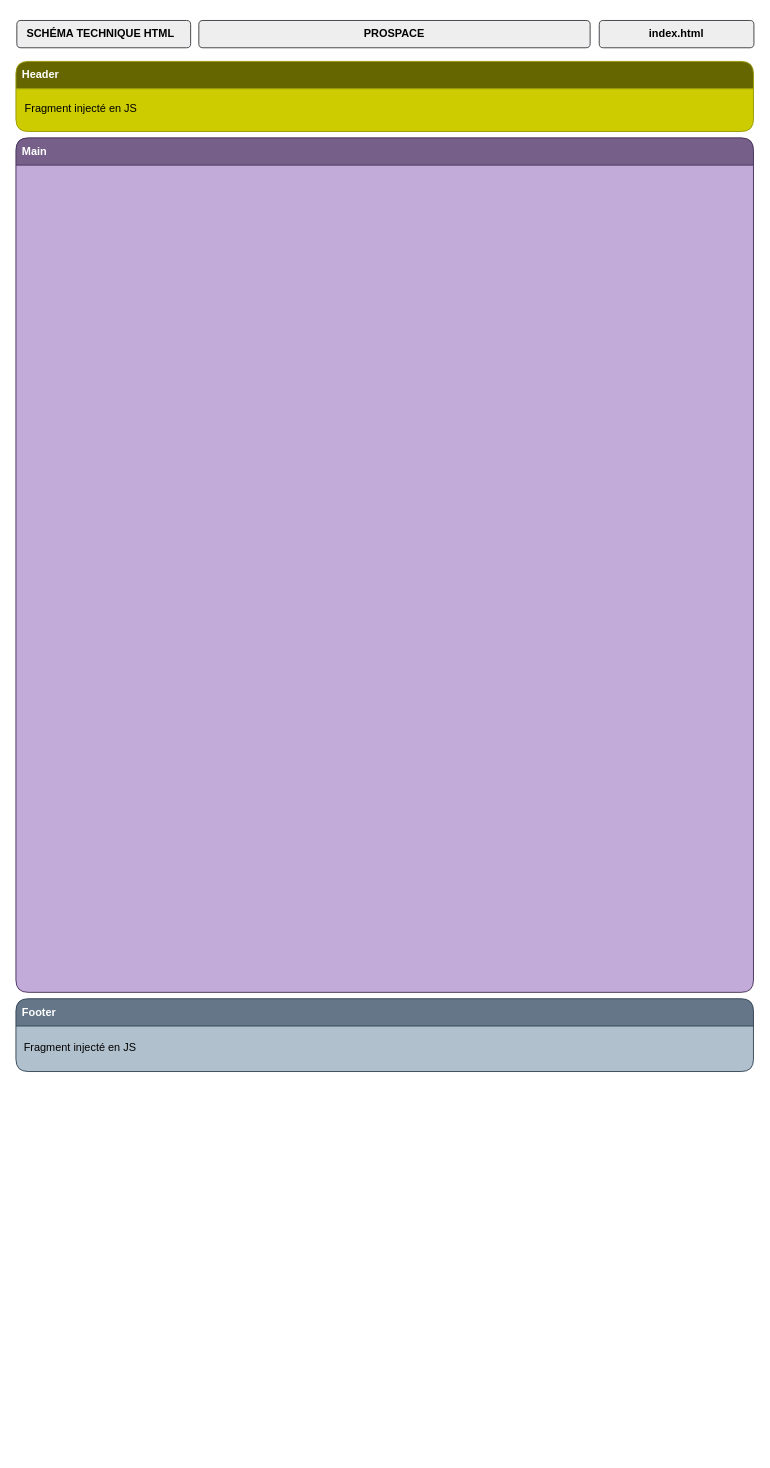
Above: page "index.html" (2 of 5) of documents/conceptualisation/Schéma technique/ProSpace.drawio in anthonylepichon/ProSpace-Solutions (draw.io), before the change. Source tidied: cells renumbered, new cells numbered last; positions are measured from the earlier drawing's top-left corner, leaving out a move shared by most shapes. Both pictures are drawn from the tidied source at 91%, with x=0, y=0 at pixel (15, 15).
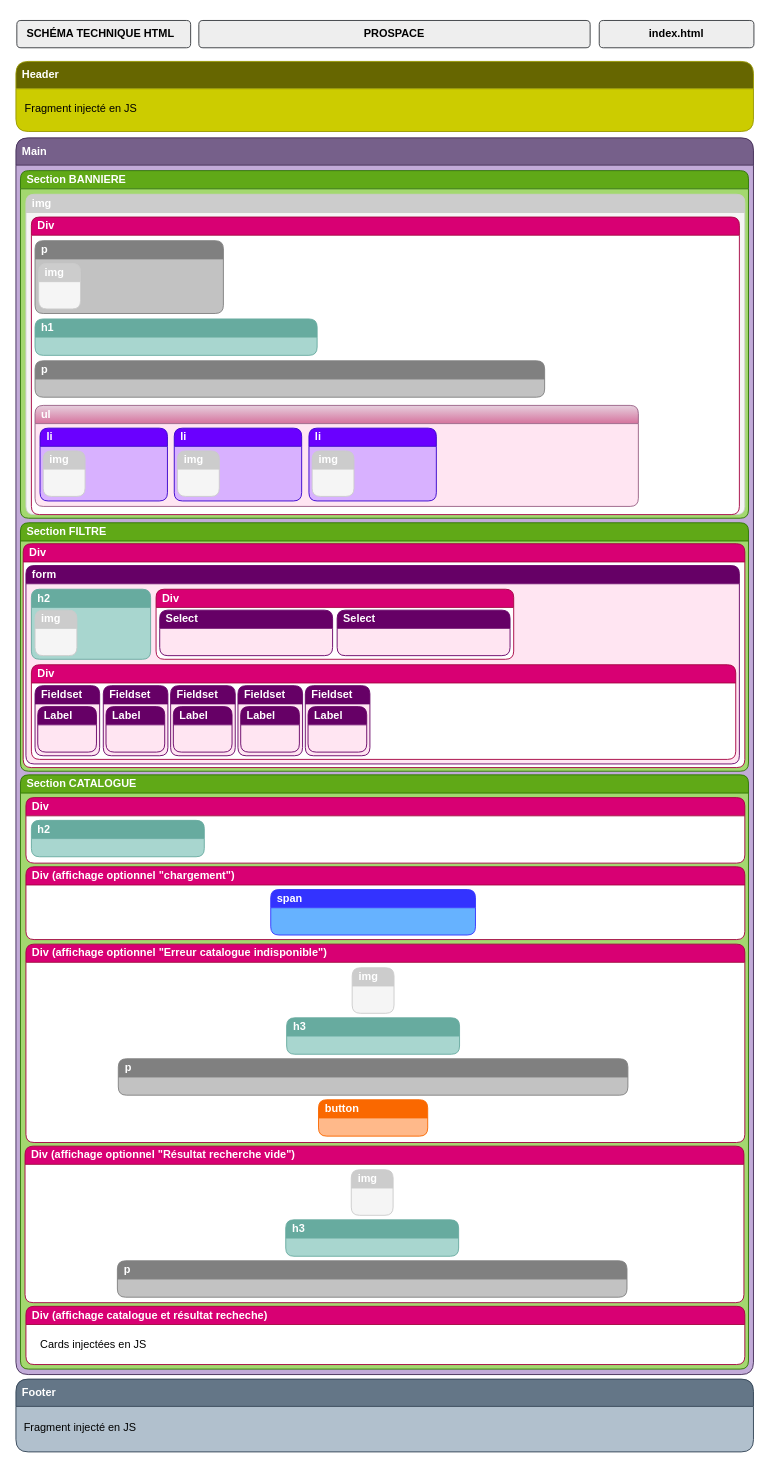
Above is the later version.

What changed in the source:
```diff
@@
     <mxCell id="7" value="&lt;span&gt;Main&lt;/span&gt;" style="swimlane;whiteSpace=wrap;html=1;align=left;startSize=30;rounded=1;fillColor=#76608a;fontColor=#ffffff;strokeColor=#432D57;spacingLeft=5;swimlaneFillColor=light-dark(#c2abd8, #ededed);fontStyle=1;fontSize=12;" parent="1" vertex="1">
-      <mxGeometry y="134" width="810.5" height="939" as="geometry" />
+      <mxGeometry y="134" width="810.5" height="1359" as="geometry" />
     </mxCell>
+    <mxCell id="12" value="&lt;span&gt;Section BANNIERE&lt;/span&gt;" style="swimlane;whiteSpace=wrap;html=1;align=left;startSize=20;rounded=1;fillColor=#60a917;fontColor=#ffffff;strokeColor=#2D7600;fontSize=12;fontStyle=1;gradientColor=none;swimlaneFillColor=light-dark(#a3d86f, #ededed);spacingLeft=5;" parent="7" vertex="1">
+      <mxGeometry x="5" y="36" width="800" height="382" as="geometry" />
+    </mxCell>
+    <mxCell id="13" value="&lt;span&gt;&lt;font&gt;img&lt;/font&gt;&lt;/span&gt;" style="swimlane;whiteSpace=wrap;html=1;align=left;startSize=20;rounded=1;fillColor=#CCCCCC;fontColor=#ffffff;strokeColor=#CCCCCC;fontStyle=1;swimlaneFillColor=light-dark(#f5f5f5, #ededed);spacingLeft=5;fontSize=12;verticalAlign=middle;" parent="12" vertex="1">
+      <mxGeometry x="6" y="26" width="790" height="352" as="geometry" />
+    </mxCell>
+    <mxCell id="14" value="&lt;span&gt;Div&lt;/span&gt;" style="swimlane;whiteSpace=wrap;html=1;align=left;startSize=20;rounded=1;fillColor=#d80073;fontColor=#ffffff;strokeColor=#A50040;fontSize=12;fontStyle=1;swimlaneFillColor=default;spacingLeft=5;verticalAlign=middle;" parent="13" vertex="1">
+      <mxGeometry x="6" y="25" width="778" height="327" as="geometry" />
+    </mxCell>
+    <mxCell id="15" value="&lt;span&gt;&lt;font&gt;p&amp;nbsp;&lt;/font&gt;&lt;/span&gt;" style="swimlane;whiteSpace=wrap;html=1;align=left;startSize=20;rounded=1;fillColor=#808080;fontColor=#ffffff;strokeColor=#808080;fontSize=12;fontStyle=1;swimlaneFillColor=#C2C2C2;spacingLeft=5;" parent="14" vertex="1">
+      <mxGeometry x="4" y="26" width="207" height="80" as="geometry" />
+    </mxCell>
+    <mxCell id="16" value="&lt;span&gt;&lt;font&gt;img&lt;/font&gt;&lt;/span&gt;" style="swimlane;whiteSpace=wrap;html=1;align=left;startSize=20;rounded=1;fillColor=#CCCCCC;fontColor=#ffffff;strokeColor=#CCCCCC;fontStyle=1;swimlaneFillColor=light-dark(#f5f5f5, #ededed);spacingLeft=5;fontSize=12;verticalAlign=middle;" parent="15" vertex="1">
+      <mxGeometry x="4" y="25" width="46" height="50" as="geometry" />
+    </mxCell>
+    <mxCell id="17" value="&lt;span&gt;&lt;font&gt;h1&lt;/font&gt;&lt;/span&gt;" style="swimlane;whiteSpace=wrap;html=1;align=left;startSize=20;rounded=1;fillColor=#67AB9F;fontColor=#ffffff;strokeColor=#67AB9F;fontStyle=1;swimlaneFillColor=light-dark(#a8d6cf, #ededed);spacingLeft=5;fontSize=12;" parent="14" vertex="1">
+      <mxGeometry x="4" y="112" width="310" height="40" as="geometry" />
+    </mxCell>
+    <mxCell id="18" value="&lt;span&gt;&lt;font&gt;p&lt;/font&gt;&lt;/span&gt;" style="swimlane;whiteSpace=wrap;html=1;align=left;startSize=20;rounded=1;fillColor=#808080;fontColor=#ffffff;strokeColor=#808080;fontSize=12;fontStyle=1;swimlaneFillColor=#C2C2C2;spacingLeft=5;" parent="14" vertex="1">
+      <mxGeometry x="4" y="158" width="560" height="40" as="geometry" />
+    </mxCell>
+    <mxCell id="19" value="&lt;span&gt;&lt;font style=&quot;color: rgb(255, 255, 255);&quot;&gt;ul&lt;/font&gt;&lt;/span&gt;" style="swimlane;whiteSpace=wrap;html=1;align=left;startSize=20;rounded=1;fillColor=#e6d0de;strokeColor=#996185;fontStyle=1;gradientColor=#d5739d;swimlaneFillColor=light-dark(#ffe5f2, #ededed);spacingLeft=5;fontSize=12;" parent="14" vertex="1">
+      <mxGeometry x="4" y="207" width="663" height="111" as="geometry" />
+    </mxCell>
+    <mxCell id="20" value="li" style="swimlane;whiteSpace=wrap;html=1;align=left;startSize=20;rounded=1;fillColor=#6a00ff;strokeColor=#3700CC;fontStyle=1;swimlaneFillColor=light-dark(#D8B1FF,#EDEDED);spacingLeft=5;fontSize=12;fontColor=#ffffff;" parent="19" vertex="1">
+      <mxGeometry x="5.5" y="25" width="140" height="80" as="geometry" />
+    </mxCell>
+    <mxCell id="21" value="&lt;span&gt;&lt;font&gt;img&lt;/font&gt;&lt;/span&gt;" style="swimlane;whiteSpace=wrap;html=1;align=left;startSize=20;rounded=1;fillColor=#CCCCCC;fontColor=#ffffff;strokeColor=#CCCCCC;fontStyle=1;swimlaneFillColor=light-dark(#f5f5f5, #ededed);spacingLeft=5;fontSize=12;verticalAlign=middle;" parent="20" vertex="1">
+      <mxGeometry x="3.5" y="25" width="46" height="50" as="geometry" />
+    </mxCell>
+    <mxCell id="22" value="li" style="swimlane;whiteSpace=wrap;html=1;align=left;startSize=20;rounded=1;fillColor=#6a00ff;strokeColor=#3700CC;fontStyle=1;swimlaneFillColor=light-dark(#D8B1FF,#EDEDED);spacingLeft=5;fontSize=12;fontColor=#ffffff;" parent="19" vertex="1">
+      <mxGeometry x="301" y="25" width="140" height="80" as="geometry" />
+    </mxCell>
+    <mxCell id="23" value="&lt;span&gt;&lt;font&gt;img&lt;/font&gt;&lt;/span&gt;" style="swimlane;whiteSpace=wrap;html=1;align=left;startSize=20;rounded=1;fillColor=#CCCCCC;fontColor=#ffffff;strokeColor=#CCCCCC;fontStyle=1;swimlaneFillColor=light-dark(#f5f5f5, #ededed);spacingLeft=5;fontSize=12;verticalAlign=middle;" parent="22" vertex="1">
+      <mxGeometry x="3.5" y="25" width="46" height="50" as="geometry" />
+    </mxCell>
+    <mxCell id="24" value="li" style="swimlane;whiteSpace=wrap;html=1;align=left;startSize=20;rounded=1;fillColor=#6a00ff;strokeColor=#3700CC;fontStyle=1;swimlaneFillColor=light-dark(#D8B1FF,#EDEDED);spacingLeft=5;fontSize=12;fontColor=#ffffff;" parent="19" vertex="1">
+      <mxGeometry x="153" y="25" width="140" height="80" as="geometry" />
+    </mxCell>
+    <mxCell id="25" value="&lt;span&gt;&lt;font&gt;img&lt;/font&gt;&lt;/span&gt;" style="swimlane;whiteSpace=wrap;html=1;align=left;startSize=20;rounded=1;fillColor=#CCCCCC;fontColor=#ffffff;strokeColor=#CCCCCC;fontStyle=1;swimlaneFillColor=light-dark(#f5f5f5, #ededed);spacingLeft=5;fontSize=12;verticalAlign=middle;" parent="24" vertex="1">
+      <mxGeometry x="3.5" y="25" width="46" height="50" as="geometry" />
+    </mxCell>
+    <mxCell id="26" value="&lt;span&gt;Section FILTRE&lt;/span&gt;" style="swimlane;whiteSpace=wrap;html=1;align=left;startSize=20;rounded=1;fillColor=#60a917;fontColor=#ffffff;strokeColor=#2D7600;fontSize=12;fontStyle=1;gradientColor=none;swimlaneFillColor=light-dark(#a3d86f, #ededed);spacingLeft=5;" parent="7" vertex="1">
+      <mxGeometry x="5" y="423" width="800" height="273" as="geometry" />
+    </mxCell>
+    <mxCell id="27" value="&lt;span&gt;Div&lt;/span&gt;" style="swimlane;whiteSpace=wrap;html=1;align=left;startSize=20;rounded=1;fillColor=#d80073;fontColor=#ffffff;strokeColor=#A50040;fontSize=12;fontStyle=1;swimlaneFillColor=default;spacingLeft=5;verticalAlign=middle;" parent="26" vertex="1">
+      <mxGeometry x="3" y="23" width="793" height="246" as="geometry" />
+    </mxCell>
+    <mxCell id="28" value="&lt;span&gt;&lt;font style=&quot;color: rgb(255, 255, 255);&quot;&gt;form&lt;/font&gt;&lt;/span&gt;" style="swimlane;whiteSpace=wrap;html=1;align=left;startSize=20;rounded=1;fillColor=#660066;strokeColor=#660066;fontStyle=1;gradientColor=none;swimlaneFillColor=light-dark(#ffe5f2, #ededed);spacingLeft=5;fontSize=12;" parent="27" vertex="1">
+      <mxGeometry x="3" y="24" width="784" height="218" as="geometry" />
+    </mxCell>
+    <mxCell id="29" value="&lt;span&gt;&lt;font&gt;h2&lt;/font&gt;&lt;/span&gt;" style="swimlane;whiteSpace=wrap;html=1;align=left;startSize=20;rounded=1;fillColor=#67AB9F;fontColor=#ffffff;strokeColor=#67AB9F;fontStyle=1;swimlaneFillColor=light-dark(#a8d6cf, #ededed);spacingLeft=5;fontSize=12;" parent="28" vertex="1">
+      <mxGeometry x="6" y="26" width="131" height="77" as="geometry" />
+    </mxCell>
+    <mxCell id="30" value="&lt;span&gt;&lt;font&gt;img&lt;/font&gt;&lt;/span&gt;" style="swimlane;whiteSpace=wrap;html=1;align=left;startSize=20;rounded=1;fillColor=#CCCCCC;fontColor=#ffffff;strokeColor=#CCCCCC;fontStyle=1;swimlaneFillColor=light-dark(#f5f5f5, #ededed);spacingLeft=5;fontSize=12;verticalAlign=middle;" parent="29" vertex="1">
+      <mxGeometry x="4" y="23" width="46" height="50" as="geometry" />
+    </mxCell>
+    <mxCell id="31" value="&lt;span&gt;Div&lt;/span&gt;" style="swimlane;whiteSpace=wrap;html=1;align=left;startSize=20;rounded=1;fillColor=#d80073;fontColor=#ffffff;strokeColor=#A50040;fontSize=12;fontStyle=1;swimlaneFillColor=default;spacingLeft=5;verticalAlign=middle;" parent="28" vertex="1">
+      <mxGeometry x="143" y="26" width="393" height="77" as="geometry" />
+    </mxCell>
+    <mxCell id="32" value="&lt;font color=&quot;#ffffff&quot;&gt;Select&lt;/font&gt;" style="swimlane;whiteSpace=wrap;html=1;align=left;startSize=20;rounded=1;fillColor=#660066;strokeColor=#660066;fontStyle=1;gradientColor=none;swimlaneFillColor=light-dark(#ffe5f2, #ededed);spacingLeft=5;fontSize=12;" parent="31" vertex="1">
+      <mxGeometry x="4" y="23" width="190" height="50" as="geometry" />
+    </mxCell>
+    <mxCell id="33" value="&lt;font color=&quot;#ffffff&quot;&gt;Select&lt;/font&gt;" style="swimlane;whiteSpace=wrap;html=1;align=left;startSize=20;rounded=1;fillColor=#660066;strokeColor=#660066;fontStyle=1;gradientColor=none;swimlaneFillColor=light-dark(#ffe5f2, #ededed);spacingLeft=5;fontSize=12;" parent="31" vertex="1">
+      <mxGeometry x="199" y="23" width="190" height="50" as="geometry" />
+    </mxCell>
+    <mxCell id="34" value="&lt;span&gt;Div&lt;/span&gt;" style="swimlane;whiteSpace=wrap;html=1;align=left;startSize=20;rounded=1;fillColor=#d80073;fontColor=#ffffff;strokeColor=#A50040;fontSize=12;fontStyle=1;swimlaneFillColor=default;spacingLeft=5;verticalAlign=middle;" parent="28" vertex="1">
+      <mxGeometry x="6" y="109" width="774" height="104" as="geometry" />
+    </mxCell>
+    <mxCell id="35" value="&lt;font color=&quot;#ffffff&quot;&gt;Fieldset&lt;/font&gt;" style="swimlane;whiteSpace=wrap;html=1;align=left;startSize=20;rounded=1;fillColor=#660066;strokeColor=#660066;fontStyle=1;gradientColor=none;swimlaneFillColor=light-dark(#ffe5f2, #ededed);spacingLeft=5;fontSize=12;" parent="34" vertex="1">
+      <mxGeometry x="4" y="23" width="71" height="77" as="geometry" />
+    </mxCell>
+    <mxCell id="36" value="&lt;span&gt;&lt;font style=&quot;color: rgb(255, 255, 255);&quot;&gt;Label&lt;/font&gt;&lt;/span&gt;" style="swimlane;whiteSpace=wrap;html=1;align=left;startSize=20;rounded=1;fillColor=#660066;strokeColor=#660066;fontStyle=1;gradientColor=none;swimlaneFillColor=light-dark(#ffe5f2, #ededed);spacingLeft=5;fontSize=12;" parent="35" vertex="1">
+      <mxGeometry x="3" y="23" width="64.5" height="50" as="geometry" />
+    </mxCell>
+    <mxCell id="37" value="&lt;font color=&quot;#ffffff&quot;&gt;Fieldset&lt;/font&gt;" style="swimlane;whiteSpace=wrap;html=1;align=left;startSize=20;rounded=1;fillColor=#660066;strokeColor=#660066;fontStyle=1;gradientColor=none;swimlaneFillColor=light-dark(#ffe5f2, #ededed);spacingLeft=5;fontSize=12;" parent="34" vertex="1">
+      <mxGeometry x="227" y="23" width="71" height="77" as="geometry" />
+    </mxCell>
+    <mxCell id="38" value="&lt;span&gt;&lt;font style=&quot;color: rgb(255, 255, 255);&quot;&gt;Label&lt;/font&gt;&lt;/span&gt;" style="swimlane;whiteSpace=wrap;html=1;align=left;startSize=20;rounded=1;fillColor=#660066;strokeColor=#660066;fontStyle=1;gradientColor=none;swimlaneFillColor=light-dark(#ffe5f2, #ededed);spacingLeft=5;fontSize=12;" parent="37" vertex="1">
+      <mxGeometry x="3" y="23" width="64.5" height="50" as="geometry" />
+    </mxCell>
+    <mxCell id="39" value="&lt;font color=&quot;#ffffff&quot;&gt;Fieldset&lt;/font&gt;" style="swimlane;whiteSpace=wrap;html=1;align=left;startSize=20;rounded=1;fillColor=#660066;strokeColor=#660066;fontStyle=1;gradientColor=none;swimlaneFillColor=light-dark(#ffe5f2, #ededed);spacingLeft=5;fontSize=12;" parent="34" vertex="1">
+      <mxGeometry x="153" y="23" width="71" height="77" as="geometry" />
+    </mxCell>
+    <mxCell id="40" value="&lt;span&gt;&lt;font style=&quot;color: rgb(255, 255, 255);&quot;&gt;Label&lt;/font&gt;&lt;/span&gt;" style="swimlane;whiteSpace=wrap;html=1;align=left;startSize=20;rounded=1;fillColor=#660066;strokeColor=#660066;fontStyle=1;gradientColor=none;swimlaneFillColor=light-dark(#ffe5f2, #ededed);spacingLeft=5;fontSize=12;" parent="39" vertex="1">
+      <mxGeometry x="3" y="23" width="64.5" height="50" as="geometry" />
+    </mxCell>
+    <mxCell id="41" value="&lt;font color=&quot;#ffffff&quot;&gt;Fieldset&lt;/font&gt;" style="swimlane;whiteSpace=wrap;html=1;align=left;startSize=20;rounded=1;fillColor=#660066;strokeColor=#660066;fontStyle=1;gradientColor=none;swimlaneFillColor=light-dark(#ffe5f2, #ededed);spacingLeft=5;fontSize=12;" parent="34" vertex="1">
+      <mxGeometry x="79" y="23" width="71" height="77" as="geometry" />
+    </mxCell>
+    <mxCell id="42" value="&lt;span&gt;&lt;font style=&quot;color: rgb(255, 255, 255);&quot;&gt;Label&lt;/font&gt;&lt;/span&gt;" style="swimlane;whiteSpace=wrap;html=1;align=left;startSize=20;rounded=1;fillColor=#660066;strokeColor=#660066;fontStyle=1;gradientColor=none;swimlaneFillColor=light-dark(#ffe5f2, #ededed);spacingLeft=5;fontSize=12;" parent="41" vertex="1">
+      <mxGeometry x="3" y="23" width="64.5" height="50" as="geometry" />
+    </mxCell>
+    <mxCell id="43" value="&lt;font color=&quot;#ffffff&quot;&gt;Fieldset&lt;/font&gt;" style="swimlane;whiteSpace=wrap;html=1;align=left;startSize=20;rounded=1;fillColor=#660066;strokeColor=#660066;fontStyle=1;gradientColor=none;swimlaneFillColor=light-dark(#ffe5f2, #ededed);spacingLeft=5;fontSize=12;" parent="34" vertex="1">
+      <mxGeometry x="301" y="23" width="71" height="77" as="geometry" />
+    </mxCell>
+    <mxCell id="44" value="&lt;span&gt;&lt;font style=&quot;color: rgb(255, 255, 255);&quot;&gt;Label&lt;/font&gt;&lt;/span&gt;" style="swimlane;whiteSpace=wrap;html=1;align=left;startSize=20;rounded=1;fillColor=#660066;strokeColor=#660066;fontStyle=1;gradientColor=none;swimlaneFillColor=light-dark(#ffe5f2, #ededed);spacingLeft=5;fontSize=12;" parent="43" vertex="1">
+      <mxGeometry x="3" y="23" width="64.5" height="50" as="geometry" />
+    </mxCell>
+    <mxCell id="45" value="&lt;span&gt;Section CATALOGUE&lt;/span&gt;" style="swimlane;whiteSpace=wrap;html=1;align=left;startSize=20;rounded=1;fillColor=#60a917;fontColor=#ffffff;strokeColor=#2D7600;fontSize=12;fontStyle=1;gradientColor=none;swimlaneFillColor=light-dark(#a3d86f, #ededed);spacingLeft=5;" parent="7" vertex="1">
+      <mxGeometry x="5" y="700" width="800" height="653" as="geometry" />
+    </mxCell>
+    <mxCell id="46" value="&lt;span&gt;Div&lt;/span&gt;" style="swimlane;whiteSpace=wrap;html=1;align=left;startSize=20;rounded=1;fillColor=#d80073;fontColor=#ffffff;strokeColor=#A50040;fontSize=12;fontStyle=1;swimlaneFillColor=default;spacingLeft=5;verticalAlign=middle;" parent="45" vertex="1">
+      <mxGeometry x="6" y="25" width="790" height="72" as="geometry" />
+    </mxCell>
+    <mxCell id="47" value="&lt;span&gt;&lt;font&gt;h2&lt;/font&gt;&lt;/span&gt;" style="swimlane;whiteSpace=wrap;html=1;align=left;startSize=20;rounded=1;fillColor=#67AB9F;fontColor=#ffffff;strokeColor=#67AB9F;fontStyle=1;swimlaneFillColor=light-dark(#a8d6cf, #ededed);spacingLeft=5;fontSize=12;" parent="46" vertex="1">
+      <mxGeometry x="6" y="25" width="190" height="40" as="geometry" />
+    </mxCell>
+    <mxCell id="48" value="&lt;span&gt;Div (affichage optionnel &quot;chargement&quot;)&lt;/span&gt;" style="swimlane;whiteSpace=wrap;html=1;align=left;startSize=20;rounded=1;fillColor=#d80073;fontColor=#ffffff;strokeColor=#A50040;fontSize=12;fontStyle=1;swimlaneFillColor=default;spacingLeft=5;verticalAlign=middle;" parent="45" vertex="1">
+      <mxGeometry x="6" y="101" width="790" height="80" as="geometry" />
+    </mxCell>
+    <mxCell id="49" value="span" style="swimlane;whiteSpace=wrap;html=1;align=left;startSize=20;rounded=1;fillColor=#3333FF;fontColor=#FFFFFF;strokeColor=#3333FF;fontSize=12;fontStyle=1;swimlaneFillColor=light-dark(#66B2FF,#EDEDED);spacingLeft=5;" parent="48" vertex="1">
+      <mxGeometry x="269" y="25" width="225" height="50" as="geometry" />
+    </mxCell>
+    <mxCell id="50" value="&lt;span&gt;Div (affichage optionnel &quot;Erreur catalogue indisponible&quot;)&lt;/span&gt;" style="swimlane;whiteSpace=wrap;html=1;align=left;startSize=20;rounded=1;fillColor=#d80073;fontColor=#ffffff;strokeColor=#A50040;fontSize=12;fontStyle=1;swimlaneFillColor=default;spacingLeft=5;verticalAlign=middle;" parent="45" vertex="1">
+      <mxGeometry x="6" y="186" width="790" height="218" as="geometry" />
+    </mxCell>
+    <mxCell id="51" value="&lt;span&gt;&lt;font&gt;img&lt;/font&gt;&lt;/span&gt;" style="swimlane;whiteSpace=wrap;html=1;align=left;startSize=20;rounded=1;fillColor=#CCCCCC;fontColor=#ffffff;strokeColor=#CCCCCC;fontStyle=1;swimlaneFillColor=light-dark(#f5f5f5, #ededed);spacingLeft=5;fontSize=12;verticalAlign=middle;" parent="50" vertex="1">
+      <mxGeometry x="358.5" y="26" width="46" height="50" as="geometry" />
+    </mxCell>
+    <mxCell id="52" value="&lt;span&gt;&lt;font&gt;h3&lt;/font&gt;&lt;/span&gt;" style="swimlane;whiteSpace=wrap;html=1;align=left;startSize=20;rounded=1;fillColor=#67AB9F;fontColor=#ffffff;strokeColor=#67AB9F;fontStyle=1;swimlaneFillColor=light-dark(#a8d6cf, #ededed);spacingLeft=5;fontSize=12;" parent="50" vertex="1">
+      <mxGeometry x="286.5" y="81" width="190" height="40" as="geometry" />
+    </mxCell>
+    <mxCell id="53" value="&lt;span&gt;&lt;font&gt;p&lt;/font&gt;&lt;/span&gt;" style="swimlane;whiteSpace=wrap;html=1;align=left;startSize=20;rounded=1;fillColor=#808080;fontColor=#ffffff;strokeColor=#808080;fontSize=12;fontStyle=1;swimlaneFillColor=#C2C2C2;spacingLeft=5;" parent="50" vertex="1">
+      <mxGeometry x="101.5" y="126" width="560" height="40" as="geometry" />
+    </mxCell>
+    <mxCell id="54" value="&lt;span&gt;&lt;font&gt;button&lt;/font&gt;&lt;/span&gt;" style="swimlane;whiteSpace=wrap;html=1;align=left;startSize=20;rounded=1;fillColor=#FA6800;fontColor=#FFFFFF;strokeColor=#FA6800;fontSize=12;fontStyle=1;swimlaneFillColor=light-dark(#ffb98a, #ededed);spacingLeft=5;" parent="50" vertex="1">
+      <mxGeometry x="321.5" y="171" width="120" height="40" as="geometry" />
+    </mxCell>
+    <mxCell id="55" value="&lt;span&gt;Div (affichage optionnel &quot;Résultat recherche vide&quot;)&lt;/span&gt;" style="swimlane;whiteSpace=wrap;html=1;align=left;startSize=20;rounded=1;fillColor=#d80073;fontColor=#ffffff;strokeColor=#A50040;fontSize=12;fontStyle=1;swimlaneFillColor=default;spacingLeft=5;verticalAlign=middle;" parent="45" vertex="1">
+      <mxGeometry x="5" y="408" width="790" height="172" as="geometry" />
+    </mxCell>
+    <mxCell id="56" value="&lt;span&gt;&lt;font&gt;img&lt;/font&gt;&lt;/span&gt;" style="swimlane;whiteSpace=wrap;html=1;align=left;startSize=20;rounded=1;fillColor=#CCCCCC;fontColor=#ffffff;strokeColor=#CCCCCC;fontStyle=1;swimlaneFillColor=light-dark(#f5f5f5, #ededed);spacingLeft=5;fontSize=12;verticalAlign=middle;" parent="55" vertex="1">
+      <mxGeometry x="358.5" y="26" width="46" height="50" as="geometry" />
+    </mxCell>
+    <mxCell id="57" value="&lt;span&gt;&lt;font&gt;h3&lt;/font&gt;&lt;/span&gt;" style="swimlane;whiteSpace=wrap;html=1;align=left;startSize=20;rounded=1;fillColor=#67AB9F;fontColor=#ffffff;strokeColor=#67AB9F;fontStyle=1;swimlaneFillColor=light-dark(#a8d6cf, #ededed);spacingLeft=5;fontSize=12;" parent="55" vertex="1">
+      <mxGeometry x="286.5" y="81" width="190" height="40" as="geometry" />
+    </mxCell>
+    <mxCell id="58" value="&lt;span&gt;&lt;font&gt;p&lt;/font&gt;&lt;/span&gt;" style="swimlane;whiteSpace=wrap;html=1;align=left;startSize=20;rounded=1;fillColor=#808080;fontColor=#ffffff;strokeColor=#808080;fontSize=12;fontStyle=1;swimlaneFillColor=#C2C2C2;spacingLeft=5;" parent="55" vertex="1">
+      <mxGeometry x="101.5" y="126" width="560" height="40" as="geometry" />
+    </mxCell>
+    <mxCell id="59" value="&lt;span&gt;Div (affichage catalogue et résultat recheche)&lt;/span&gt;" style="swimlane;whiteSpace=wrap;html=1;align=left;startSize=20;rounded=1;fillColor=#d80073;fontColor=#ffffff;strokeColor=#A50040;fontSize=12;fontStyle=1;swimlaneFillColor=default;spacingLeft=5;verticalAlign=middle;" parent="45" vertex="1">
+      <mxGeometry x="6" y="584" width="790" height="64" as="geometry" />
+    </mxCell>
+    <mxCell id="60" value="Cards injectées en JS" style="text;html=1;whiteSpace=wrap;strokeColor=none;fillColor=none;align=left;verticalAlign=middle;rounded=0;" parent="59" vertex="1">
+      <mxGeometry x="14" y="26.5" width="159" height="30" as="geometry" />
+    </mxCell>
     <mxCell id="8" value="&lt;span&gt;&lt;font&gt;Footer&amp;nbsp;&lt;/font&gt;&lt;/span&gt;" style="swimlane;whiteSpace=wrap;html=1;align=left;startSize=30;rounded=1;fillColor=#647687;fontColor=#ffffff;strokeColor=#314354;fontSize=12;fontStyle=1;spacingLeft=5;swimlaneFillColor=light-dark(#b1c0cd, #ededed);" parent="1" vertex="1">
-      <mxGeometry y="1080" width="810.5" height="80" as="geometry" />
+      <mxGeometry y="1498" width="810.5" height="80" as="geometry" />
     </mxCell>
```
